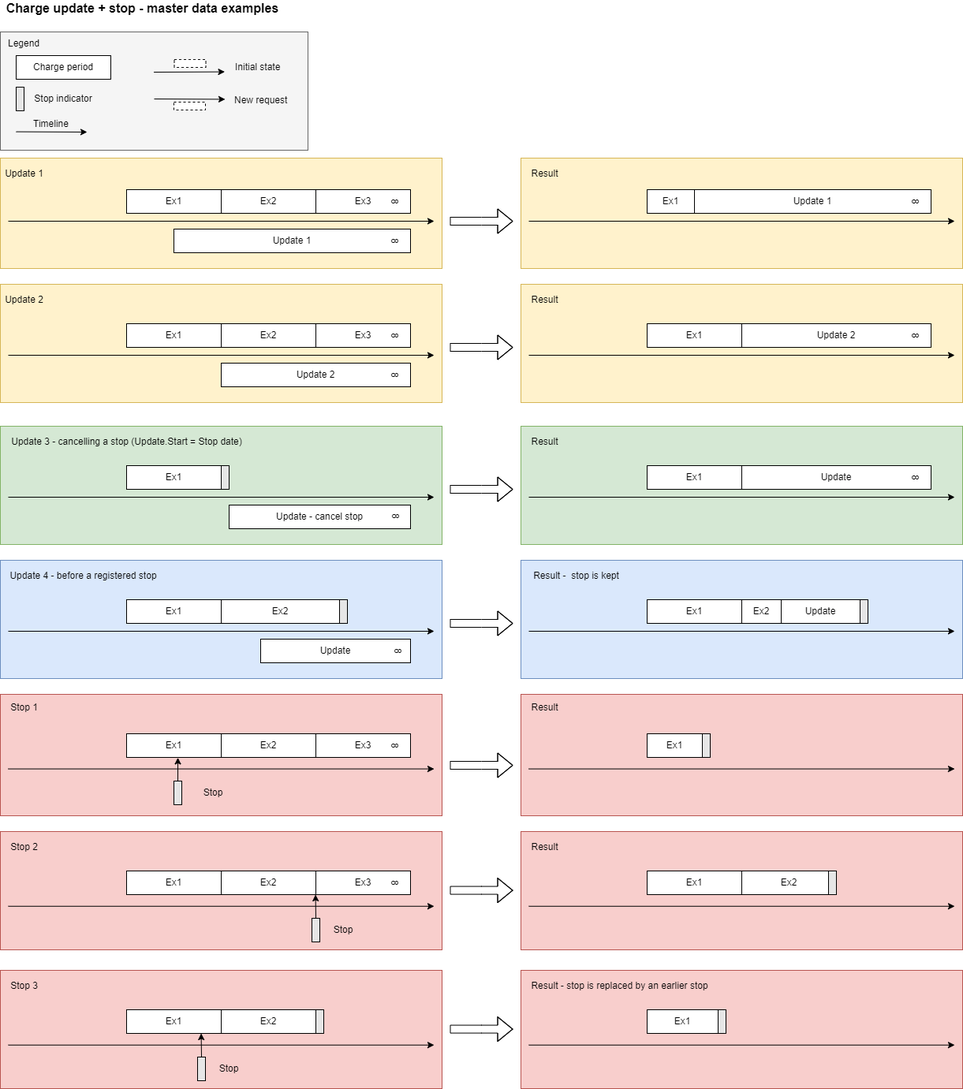
This is docs/process-flows/images/PersistingCharges_Update_And_Stop_MasterData_Examples.png from Energinet-DataHub/ARCHIVED-geh-charges, a draw.io export, as it was before one commit. Source tidied: cells renumbered, new cells last; positions are measured from the earlier drawing's top-left corner, leaving out a move shared by most shapes.
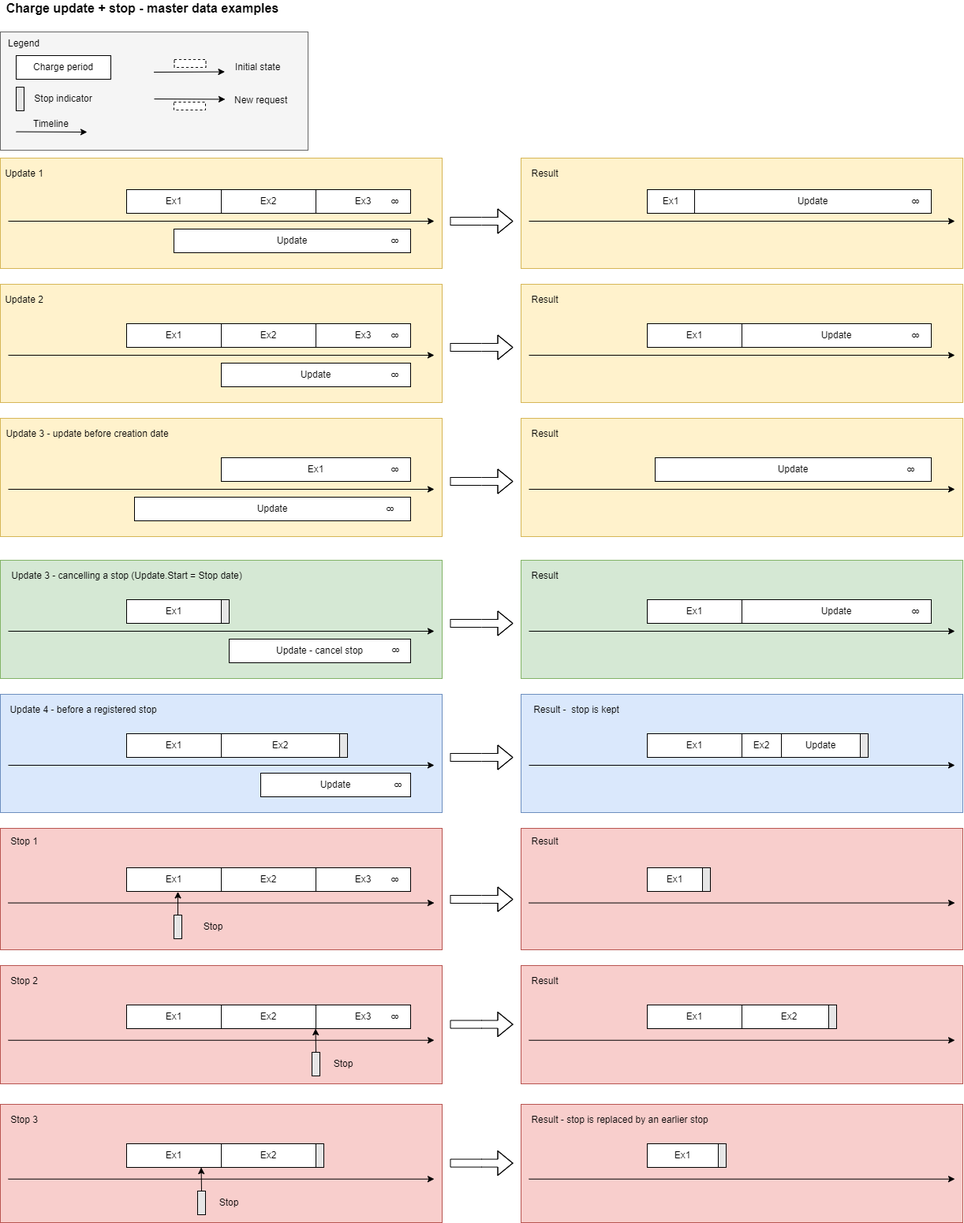
Later version of the same file.

Commit message:
add scenario with update before creation date

Change to the diagram source:
```diff
@@ -9,55 +9,55 @@
       <mxGeometry y="880" width="560" height="154" as="geometry" />
     </mxCell>
     <mxCell id="4" style="rounded=0;whiteSpace=wrap;html=1;fontSize=16;fillColor=#fff2cc;strokeColor=#d6b656;" parent="1" vertex="1">
-      <mxGeometry y="360" width="560" height="150" as="geometry" />
+      <mxGeometry y="190" width="560" height="150" as="geometry" />
     </mxCell>
     <mxCell id="5" style="rounded=0;whiteSpace=wrap;html=1;fontSize=16;fillColor=#fff2cc;strokeColor=#d6b656;" parent="1" vertex="1">
-      <mxGeometry y="200" width="560" height="140" as="geometry" />
+      <mxGeometry y="30" width="560" height="140" as="geometry" />
     </mxCell>
     <mxCell id="6" style="endArrow=classic;html=1;rounded=0;" parent="1" edge="1">
       <mxGeometry relative="1" as="geometry">
-        <mxPoint x="10" y="280" as="sourcePoint" />
-        <mxPoint x="550" y="280" as="targetPoint" />
+        <mxPoint x="10" y="110" as="sourcePoint" />
+        <mxPoint x="550" y="110" as="targetPoint" />
       </mxGeometry>
     </mxCell>
     <mxCell id="7" value="Ex1" style="rounded=0;whiteSpace=wrap;html=1;" parent="1" vertex="1">
-      <mxGeometry x="160" y="240" width="120" height="30" as="geometry" />
+      <mxGeometry x="160" y="70" width="120" height="30" as="geometry" />
     </mxCell>
     <mxCell id="8" value="Ex2" style="rounded=0;whiteSpace=wrap;html=1;" parent="1" vertex="1">
-      <mxGeometry x="280" y="240" width="120" height="30" as="geometry" />
+      <mxGeometry x="280" y="70" width="120" height="30" as="geometry" />
     </mxCell>
     <mxCell id="9" value="Ex3" style="rounded=0;whiteSpace=wrap;html=1;" parent="1" vertex="1">
-      <mxGeometry x="400" y="240" width="120" height="30" as="geometry" />
+      <mxGeometry x="400" y="70" width="120" height="30" as="geometry" />
     </mxCell>
     <mxCell id="10" value="8" style="text;html=1;strokeColor=none;fillColor=none;align=center;verticalAlign=middle;whiteSpace=wrap;rounded=0;rotation=90;" parent="1" vertex="1">
-      <mxGeometry x="490" y="240" width="20" height="30" as="geometry" />
+      <mxGeometry x="490" y="70" width="20" height="30" as="geometry" />
     </mxCell>
     <mxCell id="11" value="Charge update + stop - master data examples" style="text;html=1;align=center;verticalAlign=middle;strokeColor=none;fillColor=none;fontSize=16;fontStyle=1;" parent="1" vertex="1">
-      <mxGeometry width="360" height="20" as="geometry" />
+      <mxGeometry y="-170" width="360" height="20" as="geometry" />
     </mxCell>
     <mxCell id="12" style="endArrow=classic;html=1;rounded=0;" parent="1" edge="1">
       <mxGeometry relative="1" as="geometry">
-        <mxPoint x="10" y="450" as="sourcePoint" />
-        <mxPoint x="550" y="450" as="targetPoint" />
+        <mxPoint x="10" y="280" as="sourcePoint" />
+        <mxPoint x="550" y="280" as="targetPoint" />
       </mxGeometry>
     </mxCell>
     <mxCell id="13" value="Ex1" style="rounded=0;whiteSpace=wrap;html=1;" parent="1" vertex="1">
-      <mxGeometry x="160" y="410" width="120" height="30" as="geometry" />
+      <mxGeometry x="160" y="240" width="120" height="30" as="geometry" />
     </mxCell>
     <mxCell id="14" value="Ex2" style="rounded=0;whiteSpace=wrap;html=1;" parent="1" vertex="1">
-      <mxGeometry x="280" y="410" width="120" height="30" as="geometry" />
+      <mxGeometry x="280" y="240" width="120" height="30" as="geometry" />
     </mxCell>
     <mxCell id="15" value="Ex3" style="rounded=0;whiteSpace=wrap;html=1;" parent="1" vertex="1">
-      <mxGeometry x="400" y="410" width="120" height="30" as="geometry" />
+      <mxGeometry x="400" y="240" width="120" height="30" as="geometry" />
     </mxCell>
     <mxCell id="16" value="8" style="text;html=1;strokeColor=none;fillColor=none;align=center;verticalAlign=middle;whiteSpace=wrap;rounded=0;rotation=90;" parent="1" vertex="1">
-      <mxGeometry x="490" y="410" width="20" height="30" as="geometry" />
+      <mxGeometry x="490" y="240" width="20" height="30" as="geometry" />
     </mxCell>
     <mxCell id="17" value="Update 1" style="text;html=1;align=center;verticalAlign=middle;strokeColor=none;fillColor=none;" parent="1" vertex="1">
-      <mxGeometry y="210" width="60" height="20" as="geometry" />
+      <mxGeometry y="40" width="60" height="20" as="geometry" />
     </mxCell>
     <mxCell id="18" value="Update 2" style="text;html=1;align=center;verticalAlign=middle;strokeColor=none;fillColor=none;" parent="1" vertex="1">
-      <mxGeometry y="370" width="60" height="20" as="geometry" />
+      <mxGeometry y="200" width="60" height="20" as="geometry" />
     </mxCell>
     <mxCell id="19" style="endArrow=classic;html=1;rounded=0;" parent="1" edge="1">
       <mxGeometry relative="1" as="geometry">
@@ -117,18 +117,18 @@
       <mxGeometry x="405" y="1164" width="60" height="30" as="geometry" />
     </mxCell>
     <mxCell id="35" style="group;" parent="1" vertex="1">
-      <mxGeometry x="220" y="290" width="300" height="30" as="geometry" />
+      <mxGeometry x="220" y="120" width="300" height="30" as="geometry" />
     </mxCell>
-    <mxCell id="36" value="Update 1" style="rounded=0;whiteSpace=wrap;html=1;" parent="35" vertex="1">
+    <mxCell id="36" value="Update" style="rounded=0;whiteSpace=wrap;html=1;" parent="35" vertex="1">
       <mxGeometry width="300" height="30" as="geometry" />
     </mxCell>
     <mxCell id="37" value="8" style="text;html=1;strokeColor=none;fillColor=none;align=center;verticalAlign=middle;whiteSpace=wrap;rounded=0;rotation=90;" parent="35" vertex="1">
       <mxGeometry x="270" width="20" height="30" as="geometry" />
     </mxCell>
     <mxCell id="38" style="group;" parent="1" vertex="1">
-      <mxGeometry x="280" y="460" width="240" height="30" as="geometry" />
+      <mxGeometry x="280" y="290" width="240" height="30" as="geometry" />
     </mxCell>
-    <mxCell id="39" value="Update 2" style="rounded=0;whiteSpace=wrap;html=1;" parent="38" vertex="1">
+    <mxCell id="39" value="Update" style="rounded=0;whiteSpace=wrap;html=1;" parent="38" vertex="1">
       <mxGeometry width="240" height="30" as="geometry" />
     </mxCell>
     <mxCell id="40" value="8" style="text;html=1;strokeColor=none;fillColor=none;align=center;verticalAlign=middle;whiteSpace=wrap;rounded=0;rotation=90;" parent="38" vertex="1">
@@ -142,32 +142,32 @@
     </mxCell>
     <mxCell id="43" style="shape=flexArrow;endArrow=classic;html=1;rounded=0;fontSize=12;" parent="1" edge="1">
       <mxGeometry relative="1" as="geometry">
-        <mxPoint x="570" y="280" as="sourcePoint" />
-        <mxPoint x="650" y="280" as="targetPoint" />
+        <mxPoint x="570" y="110" as="sourcePoint" />
+        <mxPoint x="650" y="110" as="targetPoint" />
         <Array as="points">
-          <mxPoint x="610" y="280" />
+          <mxPoint x="610" y="110" />
         </Array>
       </mxGeometry>
     </mxCell>
     <mxCell id="44" style="rounded=0;whiteSpace=wrap;html=1;fontSize=16;fillColor=#fff2cc;strokeColor=#d6b656;" parent="1" vertex="1">
-      <mxGeometry x="660" y="200" width="560" height="140" as="geometry" />
+      <mxGeometry x="660" y="30" width="560" height="140" as="geometry" />
     </mxCell>
     <mxCell id="45" style="endArrow=classic;html=1;rounded=0;" parent="1" edge="1">
       <mxGeometry relative="1" as="geometry">
-        <mxPoint x="670" y="280" as="sourcePoint" />
-        <mxPoint x="1210" y="280" as="targetPoint" />
+        <mxPoint x="670" y="110" as="sourcePoint" />
+        <mxPoint x="1210" y="110" as="targetPoint" />
       </mxGeometry>
     </mxCell>
     <mxCell id="46" value="Ex1" style="rounded=0;whiteSpace=wrap;html=1;" parent="1" vertex="1">
-      <mxGeometry x="820" y="240" width="60" height="30" as="geometry" />
+      <mxGeometry x="820" y="70" width="60" height="30" as="geometry" />
     </mxCell>
     <mxCell id="47" value="Result" style="text;html=1;align=center;verticalAlign=middle;strokeColor=none;fillColor=none;" parent="1" vertex="1">
-      <mxGeometry x="665" y="210" width="50" height="20" as="geometry" />
+      <mxGeometry x="665" y="40" width="50" height="20" as="geometry" />
     </mxCell>
     <mxCell id="48" style="group;" parent="1" vertex="1">
-      <mxGeometry x="880" y="240" width="300" height="30" as="geometry" />
+      <mxGeometry x="880" y="70" width="300" height="30" as="geometry" />
     </mxCell>
-    <mxCell id="49" value="Update 1" style="rounded=0;whiteSpace=wrap;html=1;" parent="48" vertex="1">
+    <mxCell id="49" value="Update" style="rounded=0;whiteSpace=wrap;html=1;" parent="48" vertex="1">
       <mxGeometry width="300" height="30" as="geometry" />
     </mxCell>
     <mxCell id="50" value="8" style="text;html=1;strokeColor=none;fillColor=none;align=center;verticalAlign=middle;whiteSpace=wrap;rounded=0;rotation=90;" parent="48" vertex="1">
@@ -175,32 +175,32 @@
     </mxCell>
     <mxCell id="51" style="shape=flexArrow;endArrow=classic;html=1;rounded=0;fontSize=12;" parent="1" edge="1">
       <mxGeometry relative="1" as="geometry">
-        <mxPoint x="570" y="440" as="sourcePoint" />
-        <mxPoint x="650" y="440" as="targetPoint" />
+        <mxPoint x="570" y="270" as="sourcePoint" />
+        <mxPoint x="650" y="270" as="targetPoint" />
         <Array as="points">
-          <mxPoint x="610" y="440" />
+          <mxPoint x="610" y="270" />
         </Array>
       </mxGeometry>
     </mxCell>
     <mxCell id="52" style="rounded=0;whiteSpace=wrap;html=1;fontSize=16;fillColor=#fff2cc;strokeColor=#d6b656;" parent="1" vertex="1">
-      <mxGeometry x="660" y="360" width="560" height="150" as="geometry" />
+      <mxGeometry x="660" y="190" width="560" height="150" as="geometry" />
     </mxCell>
     <mxCell id="53" style="endArrow=classic;html=1;rounded=0;" parent="1" edge="1">
       <mxGeometry relative="1" as="geometry">
-        <mxPoint x="670" y="450" as="sourcePoint" />
-        <mxPoint x="1210" y="450" as="targetPoint" />
+        <mxPoint x="670" y="280" as="sourcePoint" />
+        <mxPoint x="1210" y="280" as="targetPoint" />
       </mxGeometry>
     </mxCell>
     <mxCell id="54" value="Ex1" style="rounded=0;whiteSpace=wrap;html=1;" parent="1" vertex="1">
-      <mxGeometry x="820" y="410" width="120" height="30" as="geometry" />
+      <mxGeometry x="820" y="240" width="120" height="30" as="geometry" />
     </mxCell>
     <mxCell id="55" value="Result" style="text;html=1;align=center;verticalAlign=middle;strokeColor=none;fillColor=none;" parent="1" vertex="1">
-      <mxGeometry x="665" y="370" width="50" height="20" as="geometry" />
+      <mxGeometry x="665" y="200" width="50" height="20" as="geometry" />
     </mxCell>
     <mxCell id="56" style="group;" parent="1" vertex="1">
-      <mxGeometry x="940" y="410" width="240" height="30" as="geometry" />
+      <mxGeometry x="940" y="240" width="240" height="30" as="geometry" />
     </mxCell>
-    <mxCell id="57" value="Update 2" style="rounded=0;whiteSpace=wrap;html=1;" parent="56" vertex="1">
+    <mxCell id="57" value="Update" style="rounded=0;whiteSpace=wrap;html=1;" parent="56" vertex="1">
       <mxGeometry width="240" height="30" as="geometry" />
     </mxCell>
     <mxCell id="58" value="8" style="text;html=1;strokeColor=none;fillColor=none;align=center;verticalAlign=middle;whiteSpace=wrap;rounded=0;rotation=90;" parent="56" vertex="1">
@@ -450,52 +450,109 @@
       <mxGeometry x="1050" y="1104" width="10" height="30" as="geometry" />
     </mxCell>
     <mxCell id="121" style="rounded=0;whiteSpace=wrap;html=1;fillColor=#f5f5f5;fontColor=#333333;strokeColor=#666666;" parent="1" vertex="1">
-      <mxGeometry y="40" width="390" height="150" as="geometry" />
+      <mxGeometry y="-130" width="390" height="150" as="geometry" />
     </mxCell>
     <mxCell id="122" value="Charge period" style="rounded=0;whiteSpace=wrap;html=1;" parent="1" vertex="1">
-      <mxGeometry x="20" y="70" width="120" height="30" as="geometry" />
+      <mxGeometry x="20" y="-100" width="120" height="30" as="geometry" />
     </mxCell>
     <mxCell id="123" value="Legend" style="text;html=1;strokeColor=none;fillColor=none;align=center;verticalAlign=middle;whiteSpace=wrap;rounded=0;" parent="1" vertex="1">
-      <mxGeometry y="40" width="60" height="30" as="geometry" />
+      <mxGeometry y="-130" width="60" height="30" as="geometry" />
     </mxCell>
     <mxCell id="124" style="rounded=0;whiteSpace=wrap;html=1;fillColor=#E6E6E6;" parent="1" vertex="1">
-      <mxGeometry x="20" y="110" width="10" height="30" as="geometry" />
+      <mxGeometry x="20" y="-60" width="10" height="30" as="geometry" />
     </mxCell>
     <mxCell id="125" value="Stop indicator" style="text;html=1;strokeColor=none;fillColor=none;align=center;verticalAlign=middle;whiteSpace=wrap;rounded=0;" parent="1" vertex="1">
-      <mxGeometry x="40" y="110" width="80" height="30" as="geometry" />
+      <mxGeometry x="40" y="-60" width="80" height="30" as="geometry" />
     </mxCell>
     <mxCell id="126" style="endArrow=classic;html=1;rounded=0;" parent="1" edge="1">
       <mxGeometry relative="1" as="geometry">
-        <mxPoint x="20" y="166.6" as="sourcePoint" />
-        <mxPoint x="110" y="167" as="targetPoint" />
+        <mxPoint x="20" y="-3.4" as="sourcePoint" />
+        <mxPoint x="110" y="-3" as="targetPoint" />
       </mxGeometry>
     </mxCell>
     <mxCell id="127" value="Timeline" style="text;html=1;strokeColor=none;fillColor=none;align=left;verticalAlign=middle;whiteSpace=wrap;rounded=0;" parent="1" vertex="1">
-      <mxGeometry x="40" y="142" width="80" height="30" as="geometry" />
+      <mxGeometry x="40" y="-28" width="80" height="30" as="geometry" />
     </mxCell>
     <mxCell id="128" style="endArrow=classic;html=1;rounded=0;" parent="1" edge="1">
       <mxGeometry relative="1" as="geometry">
-        <mxPoint x="194.5" y="91" as="sourcePoint" />
-        <mxPoint x="284.5" y="90.6" as="targetPoint" />
+        <mxPoint x="194.5" y="-79" as="sourcePoint" />
+        <mxPoint x="284.5" y="-79.4" as="targetPoint" />
       </mxGeometry>
     </mxCell>
     <mxCell id="129" style="rounded=0;whiteSpace=wrap;html=1;dashed=1;" parent="1" vertex="1">
-      <mxGeometry x="220.5" y="75" width="40" height="10" as="geometry" />
+      <mxGeometry x="220.5" y="-95" width="40" height="10" as="geometry" />
     </mxCell>
     <mxCell id="130" value="Initial state" style="text;html=1;strokeColor=none;fillColor=none;align=left;verticalAlign=middle;whiteSpace=wrap;rounded=0;" parent="1" vertex="1">
-      <mxGeometry x="295.5" y="70" width="80" height="30" as="geometry" />
+      <mxGeometry x="295.5" y="-100" width="80" height="30" as="geometry" />
     </mxCell>
     <mxCell id="131" style="endArrow=classic;html=1;rounded=0;" parent="1" edge="1">
       <mxGeometry relative="1" as="geometry">
-        <mxPoint x="195" y="125" as="sourcePoint" />
-        <mxPoint x="285" y="125.4" as="targetPoint" />
+        <mxPoint x="195" y="-45" as="sourcePoint" />
+        <mxPoint x="285" y="-44.6" as="targetPoint" />
       </mxGeometry>
     </mxCell>
     <mxCell id="132" style="rounded=0;whiteSpace=wrap;html=1;dashed=1;" parent="1" vertex="1">
-      <mxGeometry x="220" y="129" width="40" height="10" as="geometry" />
+      <mxGeometry x="220" y="-41" width="40" height="10" as="geometry" />
     </mxCell>
     <mxCell id="133" value="New request" style="text;html=1;strokeColor=none;fillColor=none;align=left;verticalAlign=middle;whiteSpace=wrap;rounded=0;" parent="1" vertex="1">
-      <mxGeometry x="295" y="112" width="80" height="30" as="geometry" />
+      <mxGeometry x="295" y="-58" width="80" height="30" as="geometry" />
     </mxCell>
+    <mxCell id="134" style="rounded=0;whiteSpace=wrap;html=1;fontSize=16;fillColor=#fff2cc;strokeColor=#d6b656;" parent="1" vertex="1">
+      <mxGeometry y="360" width="560" height="150" as="geometry" />
+    </mxCell>
+    <mxCell id="135" style="endArrow=classic;html=1;rounded=0;" parent="1" edge="1">
+      <mxGeometry relative="1" as="geometry">
+        <mxPoint x="10" y="450" as="sourcePoint" />
+        <mxPoint x="550" y="450" as="targetPoint" />
+      </mxGeometry>
+    </mxCell>
+    <mxCell id="136" value="Ex1" style="rounded=0;whiteSpace=wrap;html=1;" parent="1" vertex="1">
+      <mxGeometry x="280" y="410" width="240" height="30" as="geometry" />
+    </mxCell>
+    <mxCell id="137" value="8" style="text;html=1;strokeColor=none;fillColor=none;align=center;verticalAlign=middle;whiteSpace=wrap;rounded=0;rotation=90;" parent="1" vertex="1">
+      <mxGeometry x="490" y="410" width="20" height="30" as="geometry" />
+    </mxCell>
+    <mxCell id="138" value="Update 3 - update before creation date" style="text;html=1;align=center;verticalAlign=middle;strokeColor=none;fillColor=none;" parent="1" vertex="1">
+      <mxGeometry x="0.5" y="370" width="220" height="20" as="geometry" />
+    </mxCell>
+    <mxCell id="139" style="group;" parent="1" vertex="1">
+      <mxGeometry x="210" y="460" width="310" height="30" as="geometry" />
+    </mxCell>
+    <mxCell id="140" value="Update" style="rounded=0;whiteSpace=wrap;html=1;" parent="139" vertex="1">
+      <mxGeometry x="-40" width="350" height="30" as="geometry" />
+    </mxCell>
+    <mxCell id="141" value="8" style="text;html=1;strokeColor=none;fillColor=none;align=center;verticalAlign=middle;whiteSpace=wrap;rounded=0;rotation=90;" parent="139" vertex="1">
+      <mxGeometry x="271.2" width="25.8" height="30" as="geometry" />
+    </mxCell>
+    <mxCell id="142" style="shape=flexArrow;endArrow=classic;html=1;rounded=0;fontSize=12;" parent="1" edge="1">
+      <mxGeometry relative="1" as="geometry">
+        <mxPoint x="570" y="440" as="sourcePoint" />
+        <mxPoint x="650" y="440" as="targetPoint" />
+        <Array as="points">
+          <mxPoint x="610" y="440" />
+        </Array>
+      </mxGeometry>
+    </mxCell>
+    <mxCell id="143" style="rounded=0;whiteSpace=wrap;html=1;fontSize=16;fillColor=#fff2cc;strokeColor=#d6b656;" parent="1" vertex="1">
+      <mxGeometry x="660" y="360" width="560" height="150" as="geometry" />
+    </mxCell>
+    <mxCell id="144" style="endArrow=classic;html=1;rounded=0;" parent="1" edge="1">
+      <mxGeometry relative="1" as="geometry">
+        <mxPoint x="670" y="450" as="sourcePoint" />
+        <mxPoint x="1210" y="450" as="targetPoint" />
+      </mxGeometry>
+    </mxCell>
+    <mxCell id="145" value="Result" style="text;html=1;align=center;verticalAlign=middle;strokeColor=none;fillColor=none;" parent="1" vertex="1">
+      <mxGeometry x="665" y="370" width="50" height="20" as="geometry" />
+    </mxCell>
+    <mxCell id="146" style="group;" parent="1" vertex="1">
+      <mxGeometry x="870" y="410" width="310" height="30" as="geometry" />
+    </mxCell>
+    <mxCell id="147" value="Update" style="rounded=0;whiteSpace=wrap;html=1;" parent="146" vertex="1">
+      <mxGeometry x="-40" width="350" height="30" as="geometry" />
+    </mxCell>
+    <mxCell id="148" value="8" style="text;html=1;strokeColor=none;fillColor=none;align=center;verticalAlign=middle;whiteSpace=wrap;rounded=0;rotation=90;" parent="146" vertex="1">
+      <mxGeometry x="271.2" width="25.8" height="30" as="geometry" />
+    </mxCell>
   </root>
 </mxGraphModel>
```
